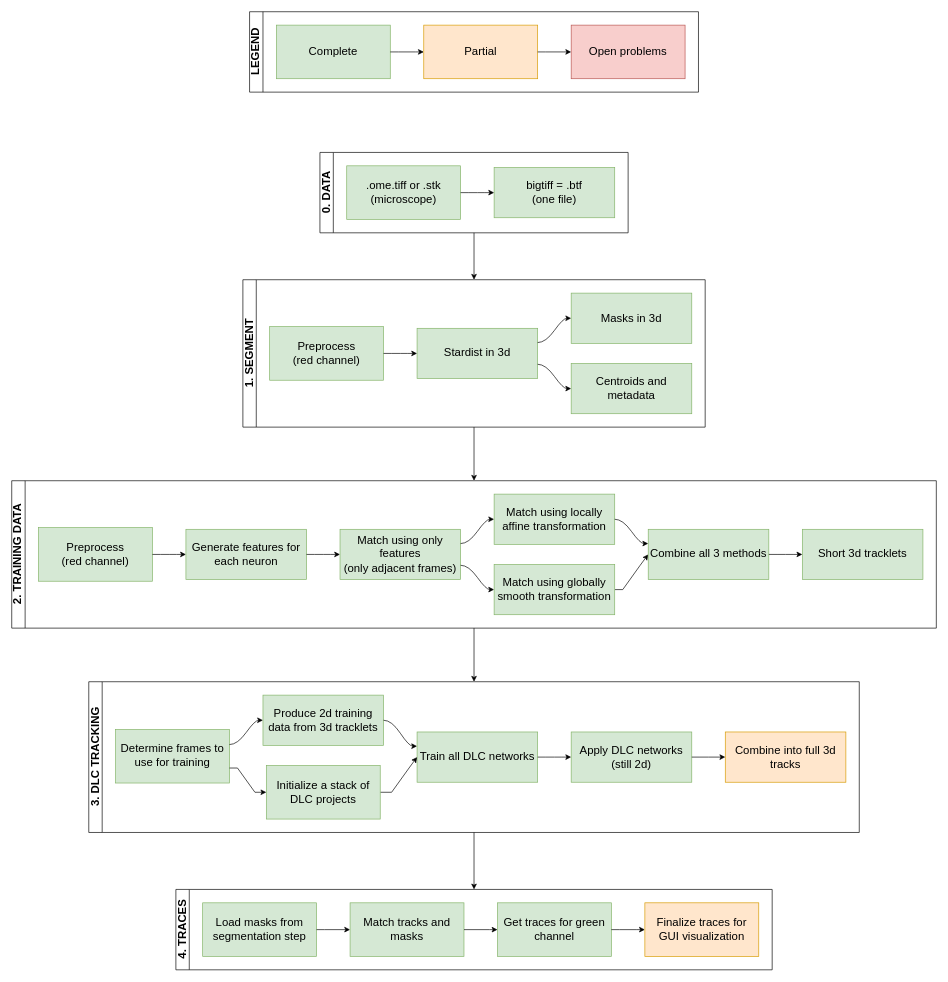
Before: docs/full_project_workflow.drawio in ch9nuk9/wbfm, a draw.io diagram. Source tidied: cells renumbered, new cells numbered last; positions are measured from the earlier drawing's top-left corner, leaving out a move shared by most shapes. Both pictures are drawn from the tidied source at 67%, with x=0, y=0 at pixel (11, 11).
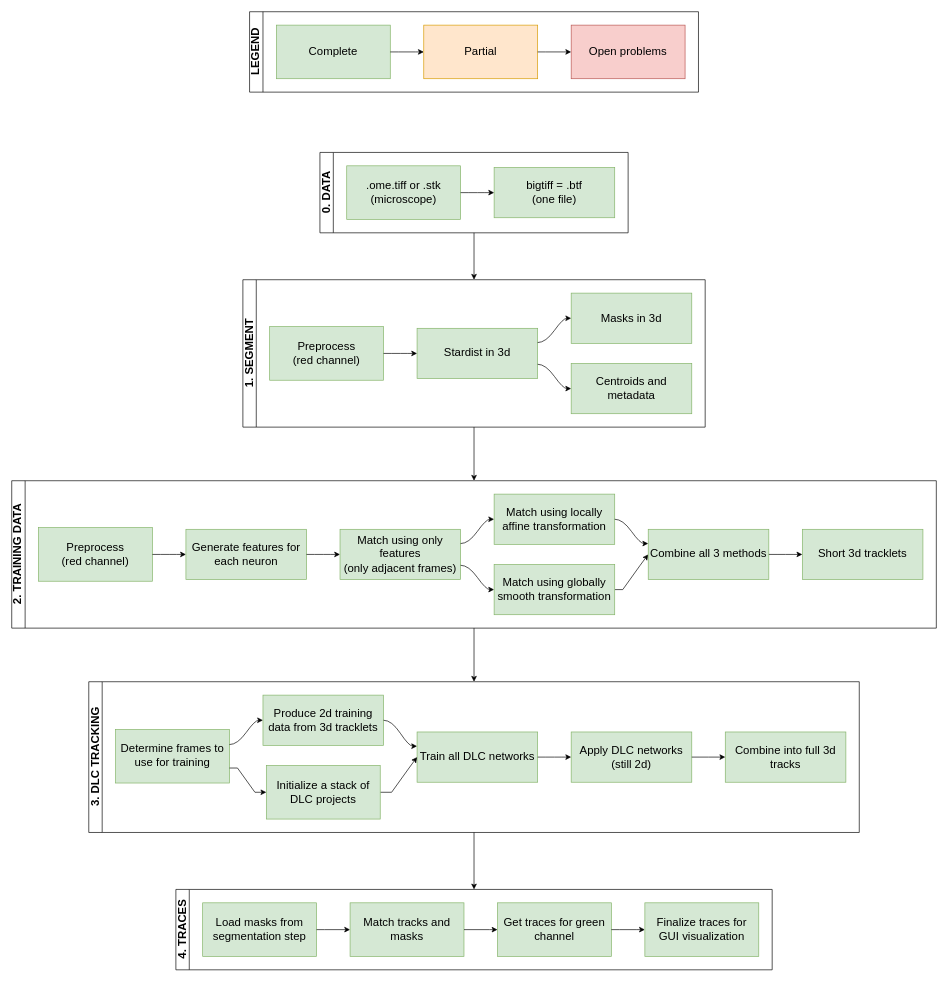
The same diagram, later.

Unchanged cells that the change refers to:
```xml
<mxCell id="33" value="3. DLC TRACKING" style="swimlane;html=1;startSize=20;horizontal=0;flowOrientation=west;interRankCellSpacing=50;containerType=tree;fontSize=17;" parent="1" vertex="1">
  <mxGeometry x="115" y="1000" width="1150" height="225" as="geometry" />
</mxCell>
<mxCell id="46" value="4. TRACES" style="swimlane;html=1;startSize=20;horizontal=0;flowOrientation=west;interRankCellSpacing=50;containerType=tree;fontSize=17;" parent="1" vertex="1">
  <mxGeometry x="245" y="1310" width="890" height="120" as="geometry" />
</mxCell>
```

The edit, as a diff of the source:
```diff
@@
-    <mxCell id="45" value="Combine into full 3d tracks" style="whiteSpace=wrap;html=1;fontSize=17;fillColor=#ffe6cc;strokeColor=#d79b00;" parent="33" vertex="1">
+    <mxCell id="45" value="Combine into full 3d tracks" style="whiteSpace=wrap;html=1;fontSize=17;fillColor=#d5e8d4;strokeColor=#82b366;" parent="33" vertex="1">
       <mxGeometry x="950" y="75" width="180" height="75" as="geometry" />
     </mxCell>
@@
-    <mxCell id="53" value="Finalize traces for GUI visualization" style="whiteSpace=wrap;html=1;fontSize=17;fillColor=#ffe6cc;strokeColor=#d79b00;" parent="46" vertex="1">
+    <mxCell id="53" value="Finalize traces for GUI visualization" style="whiteSpace=wrap;html=1;fontSize=17;fillColor=#d5e8d4;strokeColor=#82b366;" parent="46" vertex="1">
       <mxGeometry x="700" y="20" width="170" height="80" as="geometry" />
     </mxCell>
```
